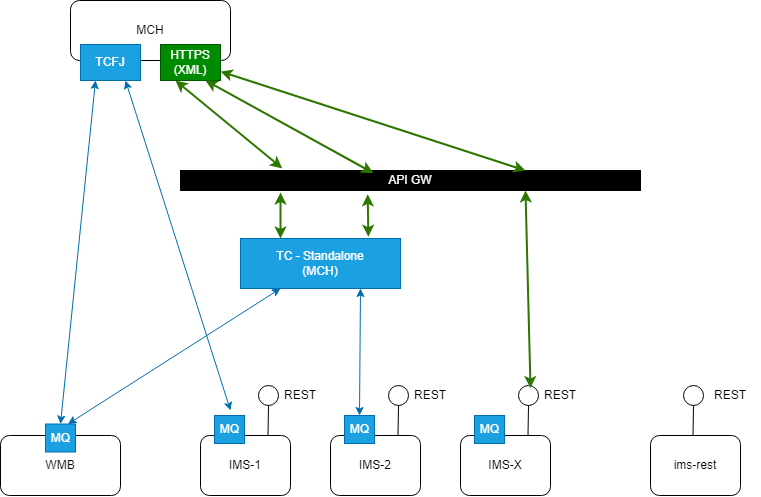
The draw.io diagram TIF-Exit_conectivity(MCH).drawio.png in MichalHasekRB/my-Diagrams, before a commit. Source tidied: cells renumbered, new cells last; positions are measured from the earlier drawing's top-left corner, leaving out a move shared by most shapes.
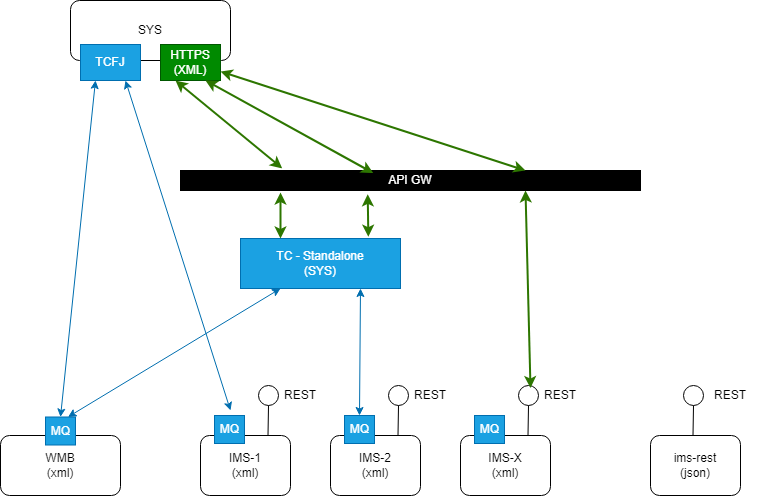
Later version of the same file.

Change to the diagram source:
```diff
@@ -2,10 +2,10 @@
   <root>
     <mxCell id="0" />
     <mxCell id="1" parent="0" />
-    <mxCell id="2" value="MCH" style="rounded=1;whiteSpace=wrap;html=1;" parent="1" vertex="1">
+    <mxCell id="2" value="SYS" style="rounded=1;whiteSpace=wrap;html=1;" parent="1" vertex="1">
       <mxGeometry x="70" width="160" height="60" as="geometry" />
     </mxCell>
-    <mxCell id="3" value="WMB" style="rounded=1;whiteSpace=wrap;html=1;" parent="1" vertex="1">
+    <mxCell id="3" value="WMB&lt;div&gt;(xml)&lt;/div&gt;" style="rounded=1;whiteSpace=wrap;html=1;" parent="1" vertex="1">
       <mxGeometry y="435" width="120" height="60" as="geometry" />
     </mxCell>
     <mxCell id="4" value="API GW" style="rounded=0;whiteSpace=wrap;html=1;fillColor=#000000;fontColor=#ffffff;" parent="1" vertex="1">
@@ -14,7 +14,7 @@
     <mxCell id="5" style="group;" parent="1" vertex="1">
       <mxGeometry x="200" y="380" width="130" height="115" as="geometry" />
     </mxCell>
-    <mxCell id="6" value="IMS-1" style="rounded=1;whiteSpace=wrap;html=1;" parent="5" vertex="1">
+    <mxCell id="6" value="IMS-1&lt;div&gt;(xml)&lt;/div&gt;" style="rounded=1;whiteSpace=wrap;html=1;" parent="5" vertex="1">
       <mxGeometry y="55" width="90" height="60" as="geometry" />
     </mxCell>
     <mxCell id="7" value="MQ" style="html=1;rounded=0;flipH=0;flipV=0;direction=west;fillColor=#1ba1e2;fontColor=#ffffff;strokeColor=#006EAF;" parent="5" vertex="1">
@@ -32,7 +32,7 @@
     <mxCell id="11" style="group;" parent="1" vertex="1">
       <mxGeometry x="330" y="380" width="130" height="115" as="geometry" />
     </mxCell>
-    <mxCell id="12" value="IMS-2" style="rounded=1;whiteSpace=wrap;html=1;" parent="11" vertex="1">
+    <mxCell id="12" value="IMS-2&lt;div&gt;(xml)&lt;/div&gt;" style="rounded=1;whiteSpace=wrap;html=1;" parent="11" vertex="1">
       <mxGeometry y="55" width="90" height="60" as="geometry" />
     </mxCell>
     <mxCell id="13" value="MQ" style="html=1;rounded=0;flipH=0;flipV=0;direction=west;fillColor=#1ba1e2;fontColor=#ffffff;strokeColor=#006EAF;" parent="11" vertex="1">
@@ -50,7 +50,7 @@
     <mxCell id="17" style="group;" parent="1" vertex="1">
       <mxGeometry x="460" y="380" width="130" height="115" as="geometry" />
     </mxCell>
-    <mxCell id="18" value="IMS-X" style="rounded=1;whiteSpace=wrap;html=1;" parent="17" vertex="1">
+    <mxCell id="18" value="IMS-X&lt;div&gt;(xml)&lt;/div&gt;" style="rounded=1;whiteSpace=wrap;html=1;" parent="17" vertex="1">
       <mxGeometry y="55" width="90" height="60" as="geometry" />
     </mxCell>
     <mxCell id="19" value="MQ" style="html=1;rounded=0;flipH=0;flipV=0;direction=west;fillColor=#1ba1e2;fontColor=#ffffff;strokeColor=#006EAF;" parent="17" vertex="1">
@@ -66,12 +66,12 @@
       <mxGeometry relative="1" as="geometry" />
     </mxCell>
     <mxCell id="23" value="MQ" style="html=1;rounded=0;flipH=0;flipV=0;direction=west;fillColor=#1ba1e2;fontColor=#ffffff;strokeColor=#006EAF;" parent="1" vertex="1">
-      <mxGeometry x="45" y="423.5" width="30" height="28" as="geometry" />
+      <mxGeometry x="45" y="416.5" width="30" height="28" as="geometry" />
     </mxCell>
     <mxCell id="24" value="TCFJ" style="rounded=0;whiteSpace=wrap;html=1;fillColor=#1ba1e2;fontColor=#ffffff;strokeColor=#006EAF;" parent="1" vertex="1">
       <mxGeometry x="80" y="44" width="60" height="36" as="geometry" />
     </mxCell>
-    <mxCell id="25" value="TC - Standalone&lt;div&gt;(MCH)&lt;/div&gt;" style="rounded=0;whiteSpace=wrap;html=1;fillColor=#1ba1e2;fontColor=#ffffff;strokeColor=#006EAF;" parent="1" vertex="1">
+    <mxCell id="25" value="TC - Standalone&lt;div&gt;(SYS)&lt;/div&gt;" style="rounded=0;whiteSpace=wrap;html=1;fillColor=#1ba1e2;fontColor=#ffffff;strokeColor=#006EAF;" parent="1" vertex="1">
       <mxGeometry x="240" y="238" width="160" height="50" as="geometry" />
     </mxCell>
     <mxCell id="26" style="endArrow=classic;startArrow=classic;html=1;rounded=0;exitX=0.5;exitY=1;exitDx=0;exitDy=0;entryX=0.25;entryY=1;entryDx=0;entryDy=0;fillColor=#1ba1e2;strokeColor=#006EAF;" parent="1" edge="1" source="23" target="24">
@@ -114,7 +114,7 @@
     <mxCell id="37" style="group;" parent="1" vertex="1">
       <mxGeometry x="650" y="380" width="110" height="115" as="geometry" />
     </mxCell>
-    <mxCell id="38" value="ims-rest" style="rounded=1;whiteSpace=wrap;html=1;" parent="37" vertex="1">
+    <mxCell id="38" value="ims-rest&lt;div&gt;(json)&lt;/div&gt;" style="rounded=1;whiteSpace=wrap;html=1;" parent="37" vertex="1">
       <mxGeometry y="55" width="90" height="60" as="geometry" />
     </mxCell>
     <mxCell id="39" style="ellipse;whiteSpace=wrap;html=1;" parent="37" vertex="1">
```
